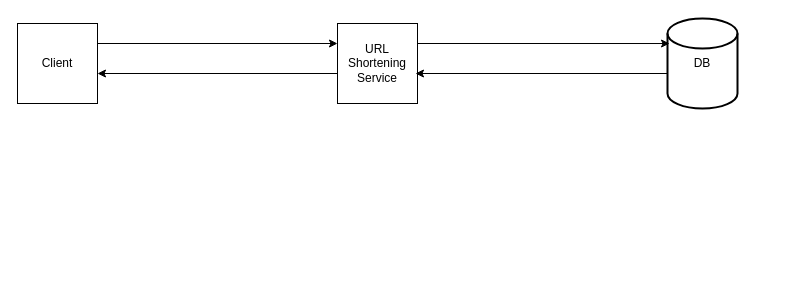
The draw.io diagram url-shortening.drawio in meghsohor/system-design, before the edit. Source tidied: cells renumbered, new cells numbered last; positions are measured from the earlier drawing's top-left corner, leaving out a move shared by most shapes. Both pictures are drawn from the tidied source at 100%, with x=0, y=0 at pixel (17, 18).
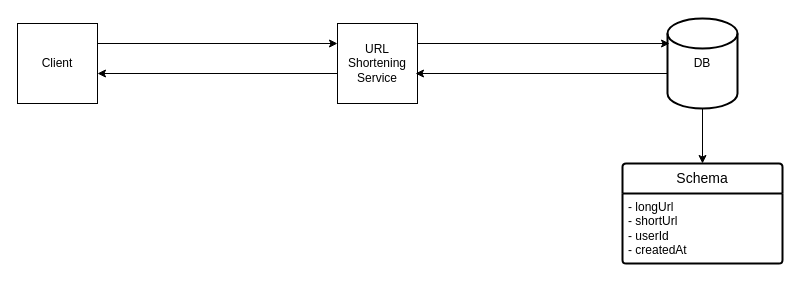
After the change.

The edit, as a diff of the source:
```diff
@@
 <mxGraphModel>
   <root>
     <mxCell id="0" />
     <mxCell id="1" parent="0" />
     <mxCell id="2" value="Client" style="whiteSpace=wrap;html=1;" parent="1" vertex="1">
       <mxGeometry y="5" width="80" height="80" as="geometry" />
     </mxCell>
     <mxCell id="3" value="URL Shortening Service" style="whiteSpace=wrap;html=1;" parent="1" vertex="1">
       <mxGeometry x="320" y="5" width="80" height="80" as="geometry" />
     </mxCell>
     <mxCell id="4" value="DB" style="strokeWidth=2;html=1;shape=mxgraph.flowchart.database;whiteSpace=wrap;" parent="1" vertex="1">
       <mxGeometry x="650" width="70" height="90" as="geometry" />
     </mxCell>
     <mxCell id="5" style="endArrow=classic;html=1;rounded=0;entryX=0;entryY=0.5;entryDx=0;entryDy=0;exitX=1;exitY=0.5;exitDx=0;exitDy=0;" parent="1" edge="1">
       <mxGeometry relative="1" as="geometry">
         <mxPoint x="80" y="25" as="sourcePoint" />
         <mxPoint x="320" y="25" as="targetPoint" />
       </mxGeometry>
     </mxCell>
     <mxCell id="6" style="endArrow=classic;html=1;rounded=0;entryX=0.029;entryY=0.278;entryDx=0;entryDy=0;exitX=1;exitY=0.5;exitDx=0;exitDy=0;entryPerimeter=0;" parent="1" edge="1" target="4">
       <mxGeometry relative="1" as="geometry">
         <mxPoint x="400" y="25" as="sourcePoint" />
       </mxGeometry>
     </mxCell>
     <mxCell id="7" style="endArrow=classic;html=1;rounded=0;entryX=0;entryY=0.5;entryDx=0;entryDy=0;exitX=1;exitY=0.5;exitDx=0;exitDy=0;" parent="1" edge="1">
       <mxGeometry relative="1" as="geometry">
         <mxPoint x="320" y="55" as="sourcePoint" />
         <mxPoint x="80" y="55" as="targetPoint" />
       </mxGeometry>
     </mxCell>
     <mxCell id="8" style="endArrow=classic;html=1;rounded=0;entryX=0.029;entryY=0.278;entryDx=0;entryDy=0;exitX=1;exitY=0.5;exitDx=0;exitDy=0;entryPerimeter=0;" parent="1" edge="1">
       <mxGeometry relative="1" as="geometry">
         <mxPoint x="650" y="55" as="sourcePoint" />
         <mxPoint x="398" y="55" as="targetPoint" />
       </mxGeometry>
     </mxCell>
+    <mxCell id="9" value="Schema" style="swimlane;horizontal=1;startSize=30;rounded=1;fontSize=14;fontStyle=0;strokeWidth=2;shadow=0;dashed=0;align=center;arcSize=4;whiteSpace=wrap;html=1;" parent="1" vertex="1">
+      <mxGeometry x="605" y="145" width="160" height="100" as="geometry" />
+    </mxCell>
+    <mxCell id="10" value="- longUrl&lt;div&gt;- shortUrl&lt;/div&gt;&lt;div&gt;- userId&lt;/div&gt;&lt;div&gt;- createdAt&lt;/div&gt;" style="align=left;strokeColor=none;fillColor=none;spacingLeft=4;fontSize=12;verticalAlign=top;html=1;" parent="9" vertex="1">
+      <mxGeometry y="30" width="160" height="70" as="geometry" />
+    </mxCell>
+    <mxCell id="11" style="edgeStyle=orthogonalEdgeStyle;rounded=0;orthogonalLoop=1;jettySize=auto;html=1;exitX=0.5;exitY=1;exitDx=0;exitDy=0;" parent="9" edge="1" source="10" target="10">
+      <mxGeometry relative="1" as="geometry" />
+    </mxCell>
+    <mxCell id="12" style="endArrow=classic;html=1;rounded=0;exitX=0.5;exitY=1;exitDx=0;exitDy=0;exitPerimeter=0;entryX=0.5;entryY=0;entryDx=0;entryDy=0;" parent="1" edge="1" source="4" target="9">
+      <mxGeometry relative="1" as="geometry" />
+    </mxCell>
   </root>
 </mxGraphModel>
```
